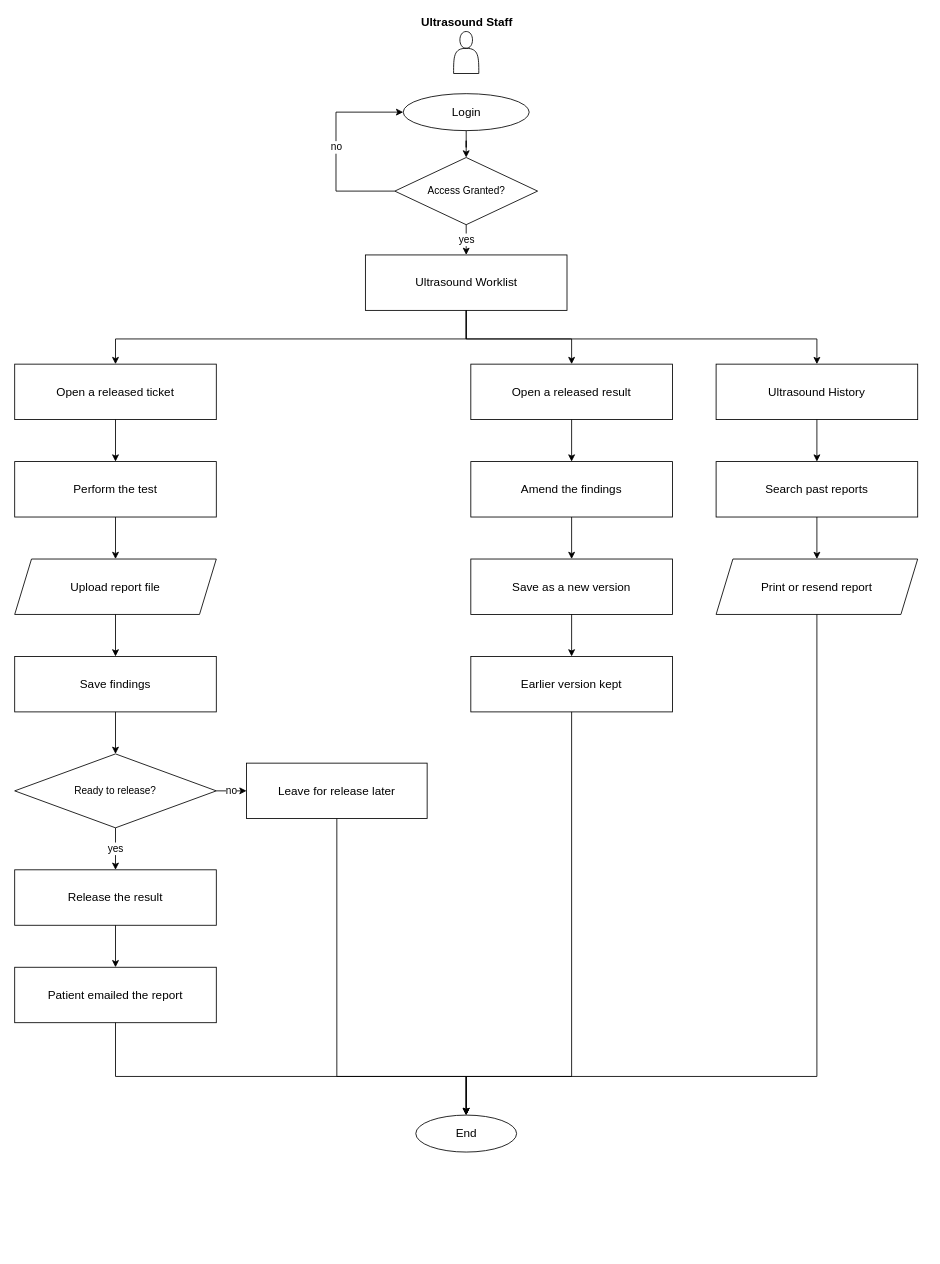
The draw.io diagram page "Ultrasound" (6 of 8) of docs/diagrams/flowcharts.drawio in Diazzzz-cpu/Enlogada-Clinic-Management-System, before the edit. Source tidied: cells renumbered, new cells numbered last; positions are measured from the earlier drawing's top-left corner, leaving out a move shared by most shapes. Both pictures are drawn from the tidied source at 84%, with x=0, y=0 at pixel (14, 31).
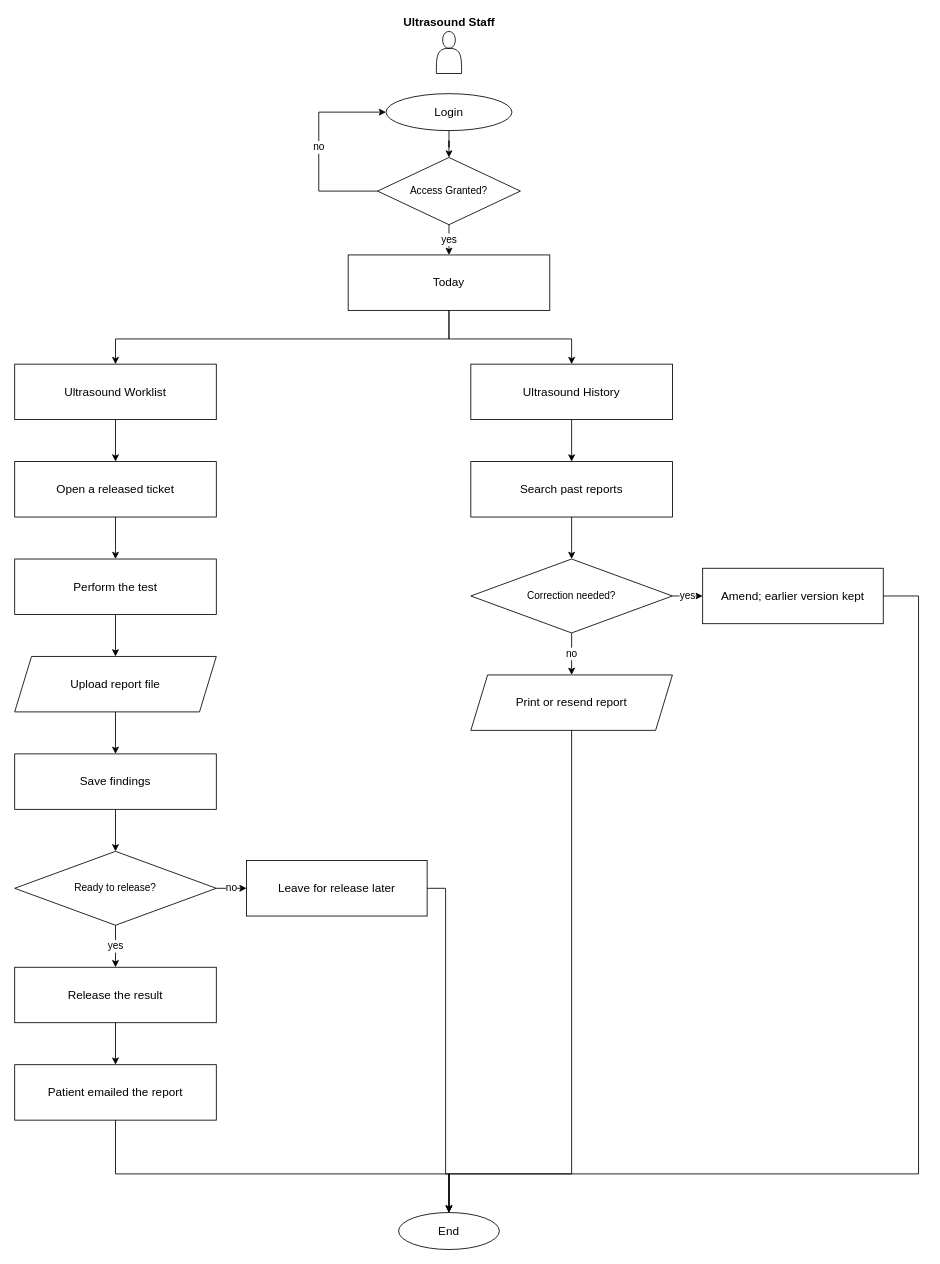
Above is the later version.

The edit, as a diff of the source:
```diff
@@
     <mxCell id="2" value="Ultrasound Staff" style="shape=actor;fillColor=none;strokeColor=#000000;html=1;verticalLabelPosition=top;verticalAlign=bottom;fontFamily=Helvetica;fontSize=14;fontColor=#000000;fontStyle=1;" parent="1" vertex="1">
-      <mxGeometry x="522.5" width="30" height="50" as="geometry" />
+      <mxGeometry x="502" width="30" height="50" as="geometry" />
     </mxCell>
     <mxCell id="3" value="Login" style="ellipse;whiteSpace=wrap;html=1;fontFamily=Helvetica;fontSize=14;fontColor=#000000;strokeColor=#000000;" parent="1" vertex="1">
-      <mxGeometry x="462.5" y="74" width="150" height="44" as="geometry" />
+      <mxGeometry x="442" y="74" width="150" height="44" as="geometry" />
     </mxCell>
     <mxCell id="4" value="Access Granted?" style="rhombus;whiteSpace=wrap;html=1;fontFamily=Helvetica;fontSize=12;fontColor=#000000;strokeColor=#000000;" parent="1" vertex="1">
-      <mxGeometry x="452.5" y="150" width="170" height="80" as="geometry" />
+      <mxGeometry x="432" y="150" width="170" height="80" as="geometry" />
     </mxCell>
-    <mxCell id="5" value="Ultrasound Worklist" style="rounded=0;whiteSpace=wrap;html=1;fontFamily=Helvetica;fontSize=14;fontColor=#000000;strokeColor=#000000;" parent="1" vertex="1">
-      <mxGeometry x="417.5" y="266" width="240" height="66" as="geometry" />
+    <mxCell id="5" value="Today" style="rounded=0;whiteSpace=wrap;html=1;fontFamily=Helvetica;fontSize=14;fontColor=#000000;strokeColor=#000000;" parent="1" vertex="1">
+      <mxGeometry x="397" y="266" width="240" height="66" as="geometry" />
     </mxCell>
@@
     <mxCell id="8" value="no" style="edgeStyle=orthogonalEdgeStyle;rounded=0;html=1;jettySize=auto;fontFamily=Helvetica;fontSize=12;fontColor=#000000;strokeColor=#000000;exitX=0;exitY=0.5;exitDx=0;exitDy=0;entryX=0;entryY=0.5;entryDx=0;entryDy=0;" parent="1" edge="1" source="4" target="3">
       <mxGeometry relative="1" as="geometry">
         <Array as="points">
-          <mxPoint x="382.5" y="190" />
-          <mxPoint x="382.5" y="96" />
+          <mxPoint x="362" y="190" />
+          <mxPoint x="362" y="96" />
         </Array>
       </mxGeometry>
     </mxCell>
-    <mxCell id="9" value="Open a released ticket" style="rounded=0;whiteSpace=wrap;html=1;fontFamily=Helvetica;fontSize=14;fontColor=#000000;strokeColor=#000000;" parent="1" vertex="1">
+    <mxCell id="9" value="Ultrasound Worklist" style="rounded=0;whiteSpace=wrap;html=1;fontFamily=Helvetica;fontSize=14;fontColor=#000000;strokeColor=#000000;" parent="1" vertex="1">
       <mxGeometry y="396" width="240" height="66" as="geometry" />
     </mxCell>
-    <mxCell id="10" value="Perform the test" style="rounded=0;whiteSpace=wrap;html=1;fontFamily=Helvetica;fontSize=14;fontColor=#000000;strokeColor=#000000;" parent="1" vertex="1">
+    <mxCell id="10" value="Open a released ticket" style="rounded=0;whiteSpace=wrap;html=1;fontFamily=Helvetica;fontSize=14;fontColor=#000000;strokeColor=#000000;" parent="1" vertex="1">
       <mxGeometry y="512" width="240" height="66" as="geometry" />
     </mxCell>
-    <mxCell id="11" value="Upload report file" style="shape=parallelogram;perimeter=parallelogramPerimeter;whiteSpace=wrap;html=1;fixedSize=1;fontFamily=Helvetica;fontSize=14;fontColor=#000000;strokeColor=#000000;" parent="1" vertex="1">
+    <mxCell id="11" value="Perform the test" style="rounded=0;whiteSpace=wrap;html=1;fontFamily=Helvetica;fontSize=14;fontColor=#000000;strokeColor=#000000;" parent="1" vertex="1">
       <mxGeometry y="628" width="240" height="66" as="geometry" />
     </mxCell>
-    <mxCell id="12" value="Save findings" style="rounded=0;whiteSpace=wrap;html=1;fontFamily=Helvetica;fontSize=14;fontColor=#000000;strokeColor=#000000;" parent="1" vertex="1">
+    <mxCell id="12" value="Upload report file" style="shape=parallelogram;perimeter=parallelogramPerimeter;whiteSpace=wrap;html=1;fixedSize=1;fontFamily=Helvetica;fontSize=14;fontColor=#000000;strokeColor=#000000;" parent="1" vertex="1">
       <mxGeometry y="744" width="240" height="66" as="geometry" />
     </mxCell>
-    <mxCell id="13" value="Ready to release?" style="rhombus;whiteSpace=wrap;html=1;fontFamily=Helvetica;fontSize=12;fontColor=#000000;strokeColor=#000000;" parent="1" vertex="1">
-      <mxGeometry y="860" width="240" height="88" as="geometry" />
+    <mxCell id="13" value="Save findings" style="rounded=0;whiteSpace=wrap;html=1;fontFamily=Helvetica;fontSize=14;fontColor=#000000;strokeColor=#000000;" parent="1" vertex="1">
+      <mxGeometry y="860" width="240" height="66" as="geometry" />
     </mxCell>
-    <mxCell id="14" value="Release the result" style="rounded=0;whiteSpace=wrap;html=1;fontFamily=Helvetica;fontSize=14;fontColor=#000000;strokeColor=#000000;" parent="1" vertex="1">
-      <mxGeometry y="998" width="240" height="66" as="geometry" />
+    <mxCell id="14" value="Ready to release?" style="rhombus;whiteSpace=wrap;html=1;fontFamily=Helvetica;fontSize=12;fontColor=#000000;strokeColor=#000000;" parent="1" vertex="1">
+      <mxGeometry y="976" width="240" height="88" as="geometry" />
     </mxCell>
-    <mxCell id="15" value="Patient emailed the report" style="rounded=0;whiteSpace=wrap;html=1;fontFamily=Helvetica;fontSize=14;fontColor=#000000;strokeColor=#000000;" parent="1" vertex="1">
+    <mxCell id="15" value="Release the result" style="rounded=0;whiteSpace=wrap;html=1;fontFamily=Helvetica;fontSize=14;fontColor=#000000;strokeColor=#000000;" parent="1" vertex="1">
       <mxGeometry y="1114" width="240" height="66" as="geometry" />
     </mxCell>
-    <mxCell id="16" style="edgeStyle=orthogonalEdgeStyle;rounded=0;html=1;jettySize=auto;fontFamily=Helvetica;fontSize=12;fontColor=#000000;strokeColor=#000000;exitX=0.5;exitY=1;exitDx=0;exitDy=0;entryX=0.5;entryY=0;entryDx=0;entryDy=0;" parent="1" edge="1" source="5" target="9">
-      <mxGeometry relative="1" as="geometry">
-        <Array as="points">
-          <mxPoint x="537.5" y="366" />
-          <mxPoint x="120" y="366" />
-        </Array>
-      </mxGeometry>
-    </mxCell>
+    <mxCell id="44" value="Patient emailed the report" style="rounded=0;whiteSpace=wrap;html=1;fontFamily=Helvetica;fontSize=14;fontColor=#000000;strokeColor=#000000;" parent="1" vertex="1">
+      <mxGeometry y="1230" width="240" height="66" as="geometry" />
+    </mxCell>
-    <mxCell id="17" style="edgeStyle=orthogonalEdgeStyle;rounded=0;html=1;jettySize=auto;fontFamily=Helvetica;fontSize=12;fontColor=#000000;strokeColor=#000000;" parent="1" edge="1" source="9" target="10">
-      <mxGeometry relative="1" as="geometry" />
+    <mxCell id="17" style="edgeStyle=orthogonalEdgeStyle;rounded=0;html=1;jettySize=auto;fontFamily=Helvetica;fontSize=12;fontColor=#000000;strokeColor=#000000;exitX=0.5;exitY=1;exitDx=0;exitDy=0;entryX=0.5;entryY=0;entryDx=0;entryDy=0;" parent="1" edge="1" source="5" target="9">
+      <mxGeometry relative="1" as="geometry">
+        <Array as="points">
+          <mxPoint x="517" y="366" />
+          <mxPoint x="120" y="366" />
+        </Array>
+      </mxGeometry>
     </mxCell>
-    <mxCell id="18" style="edgeStyle=orthogonalEdgeStyle;rounded=0;html=1;jettySize=auto;fontFamily=Helvetica;fontSize=12;fontColor=#000000;strokeColor=#000000;" parent="1" edge="1" source="10" target="11">
+    <mxCell id="18" style="edgeStyle=orthogonalEdgeStyle;rounded=0;html=1;jettySize=auto;fontFamily=Helvetica;fontSize=12;fontColor=#000000;strokeColor=#000000;" parent="1" edge="1" source="9" target="10">
       <mxGeometry relative="1" as="geometry" />
     </mxCell>
-    <mxCell id="19" style="edgeStyle=orthogonalEdgeStyle;rounded=0;html=1;jettySize=auto;fontFamily=Helvetica;fontSize=12;fontColor=#000000;strokeColor=#000000;" parent="1" edge="1" source="11" target="12">
+    <mxCell id="19" style="edgeStyle=orthogonalEdgeStyle;rounded=0;html=1;jettySize=auto;fontFamily=Helvetica;fontSize=12;fontColor=#000000;strokeColor=#000000;" parent="1" edge="1" source="10" target="11">
       <mxGeometry relative="1" as="geometry" />
     </mxCell>
-    <mxCell id="20" style="edgeStyle=orthogonalEdgeStyle;rounded=0;html=1;jettySize=auto;fontFamily=Helvetica;fontSize=12;fontColor=#000000;strokeColor=#000000;" parent="1" edge="1" source="12" target="13">
+    <mxCell id="20" style="edgeStyle=orthogonalEdgeStyle;rounded=0;html=1;jettySize=auto;fontFamily=Helvetica;fontSize=12;fontColor=#000000;strokeColor=#000000;" parent="1" edge="1" source="11" target="12">
       <mxGeometry relative="1" as="geometry" />
     </mxCell>
+    <mxCell id="45" style="edgeStyle=orthogonalEdgeStyle;rounded=0;html=1;jettySize=auto;fontFamily=Helvetica;fontSize=12;fontColor=#000000;strokeColor=#000000;" parent="1" edge="1" source="12" target="13">
+      <mxGeometry relative="1" as="geometry" />
+    </mxCell>
+    <mxCell id="22" style="edgeStyle=orthogonalEdgeStyle;rounded=0;html=1;jettySize=auto;fontFamily=Helvetica;fontSize=12;fontColor=#000000;strokeColor=#000000;" parent="1" edge="1" source="13" target="14">
+      <mxGeometry relative="1" as="geometry" />
+    </mxCell>
     <mxCell id="21" value="Leave for release later" style="rounded=0;whiteSpace=wrap;html=1;fontFamily=Helvetica;fontSize=14;fontColor=#000000;strokeColor=#000000;" parent="1" vertex="1">
-      <mxGeometry x="276" y="871" width="215" height="66" as="geometry" />
+      <mxGeometry x="276" y="987" width="215" height="66" as="geometry" />
     </mxCell>
-    <mxCell id="22" value="no" style="edgeStyle=orthogonalEdgeStyle;rounded=0;html=1;jettySize=auto;fontFamily=Helvetica;fontSize=12;fontColor=#000000;strokeColor=#000000;" parent="1" edge="1" source="13" target="21">
-      <mxGeometry relative="1" as="geometry" />
-    </mxCell>
-    <mxCell id="23" value="yes" style="edgeStyle=orthogonalEdgeStyle;rounded=0;html=1;jettySize=auto;fontFamily=Helvetica;fontSize=12;fontColor=#000000;strokeColor=#000000;" parent="1" edge="1" source="13" target="14">
-      <mxGeometry relative="1" as="geometry" />
-    </mxCell>
-    <mxCell id="24" style="edgeStyle=orthogonalEdgeStyle;rounded=0;html=1;jettySize=auto;fontFamily=Helvetica;fontSize=12;fontColor=#000000;strokeColor=#000000;" parent="1" edge="1" source="14" target="15">
+    <mxCell id="24" value="no" style="edgeStyle=orthogonalEdgeStyle;rounded=0;html=1;jettySize=auto;fontFamily=Helvetica;fontSize=12;fontColor=#000000;strokeColor=#000000;" parent="1" edge="1" source="14" target="21">
       <mxGeometry relative="1" as="geometry" />
     </mxCell>
-    <mxCell id="25" value="Open a released result" style="rounded=0;whiteSpace=wrap;html=1;fontFamily=Helvetica;fontSize=14;fontColor=#000000;strokeColor=#000000;" parent="1" vertex="1">
-      <mxGeometry x="543" y="396" width="240" height="66" as="geometry" />
-    </mxCell>
-    <mxCell id="26" value="Amend the findings" style="rounded=0;whiteSpace=wrap;html=1;fontFamily=Helvetica;fontSize=14;fontColor=#000000;strokeColor=#000000;" parent="1" vertex="1">
-      <mxGeometry x="543" y="512" width="240" height="66" as="geometry" />
-    </mxCell>
+    <mxCell id="46" value="yes" style="edgeStyle=orthogonalEdgeStyle;rounded=0;html=1;jettySize=auto;fontFamily=Helvetica;fontSize=12;fontColor=#000000;strokeColor=#000000;" parent="1" edge="1" source="14" target="15">
+      <mxGeometry relative="1" as="geometry" />
+    </mxCell>
+    <mxCell id="47" style="edgeStyle=orthogonalEdgeStyle;rounded=0;html=1;jettySize=auto;fontFamily=Helvetica;fontSize=12;fontColor=#000000;strokeColor=#000000;" parent="1" edge="1" source="15" target="44">
+      <mxGeometry relative="1" as="geometry" />
+    </mxCell>
-    <mxCell id="27" value="Save as a new version" style="rounded=0;whiteSpace=wrap;html=1;fontFamily=Helvetica;fontSize=14;fontColor=#000000;strokeColor=#000000;" parent="1" vertex="1">
-      <mxGeometry x="543" y="628" width="240" height="66" as="geometry" />
+    <mxCell id="27" value="Ultrasound History" style="rounded=0;whiteSpace=wrap;html=1;fontFamily=Helvetica;fontSize=14;fontColor=#000000;strokeColor=#000000;" parent="1" vertex="1">
+      <mxGeometry x="543" y="396" width="240" height="66" as="geometry" />
     </mxCell>
-    <mxCell id="28" value="Earlier version kept" style="rounded=0;whiteSpace=wrap;html=1;fontFamily=Helvetica;fontSize=14;fontColor=#000000;strokeColor=#000000;" parent="1" vertex="1">
-      <mxGeometry x="543" y="744" width="240" height="66" as="geometry" />
+    <mxCell id="28" value="Search past reports" style="rounded=0;whiteSpace=wrap;html=1;fontFamily=Helvetica;fontSize=14;fontColor=#000000;strokeColor=#000000;" parent="1" vertex="1">
+      <mxGeometry x="543" y="512" width="240" height="66" as="geometry" />
     </mxCell>
-    <mxCell id="29" style="edgeStyle=orthogonalEdgeStyle;rounded=0;html=1;jettySize=auto;fontFamily=Helvetica;fontSize=12;fontColor=#000000;strokeColor=#000000;exitX=0.5;exitY=1;exitDx=0;exitDy=0;entryX=0.5;entryY=0;entryDx=0;entryDy=0;" parent="1" edge="1" source="5" target="25">
-      <mxGeometry relative="1" as="geometry">
-        <Array as="points">
-          <mxPoint x="537.5" y="366" />
-          <mxPoint x="663" y="366" />
-        </Array>
-      </mxGeometry>
-    </mxCell>
-    <mxCell id="30" style="edgeStyle=orthogonalEdgeStyle;rounded=0;html=1;jettySize=auto;fontFamily=Helvetica;fontSize=12;fontColor=#000000;strokeColor=#000000;" parent="1" edge="1" source="25" target="26">
-      <mxGeometry relative="1" as="geometry" />
-    </mxCell>
+    <mxCell id="48" value="Correction needed?" style="rhombus;whiteSpace=wrap;html=1;fontFamily=Helvetica;fontSize=12;fontColor=#000000;strokeColor=#000000;" parent="1" vertex="1">
+      <mxGeometry x="543" y="628" width="240" height="88" as="geometry" />
+    </mxCell>
+    <mxCell id="35" value="Print or resend report" style="shape=parallelogram;perimeter=parallelogramPerimeter;whiteSpace=wrap;html=1;fixedSize=1;fontFamily=Helvetica;fontSize=14;fontColor=#000000;strokeColor=#000000;" parent="1" vertex="1">
+      <mxGeometry x="543" y="766" width="240" height="66" as="geometry" />
+    </mxCell>
-    <mxCell id="31" style="edgeStyle=orthogonalEdgeStyle;rounded=0;html=1;jettySize=auto;fontFamily=Helvetica;fontSize=12;fontColor=#000000;strokeColor=#000000;" parent="1" edge="1" source="26" target="27">
-      <mxGeometry relative="1" as="geometry" />
+    <mxCell id="31" style="edgeStyle=orthogonalEdgeStyle;rounded=0;html=1;jettySize=auto;fontFamily=Helvetica;fontSize=12;fontColor=#000000;strokeColor=#000000;exitX=0.5;exitY=1;exitDx=0;exitDy=0;entryX=0.5;entryY=0;entryDx=0;entryDy=0;" parent="1" edge="1" source="5" target="27">
+      <mxGeometry relative="1" as="geometry">
+        <Array as="points">
+          <mxPoint x="517" y="366" />
+          <mxPoint x="663" y="366" />
+        </Array>
+      </mxGeometry>
     </mxCell>
@@
-    <mxCell id="33" value="Ultrasound History" style="rounded=0;whiteSpace=wrap;html=1;fontFamily=Helvetica;fontSize=14;fontColor=#000000;strokeColor=#000000;" parent="1" vertex="1">
-      <mxGeometry x="835" y="396" width="240" height="66" as="geometry" />
-    </mxCell>
+    <mxCell id="49" style="edgeStyle=orthogonalEdgeStyle;rounded=0;html=1;jettySize=auto;fontFamily=Helvetica;fontSize=12;fontColor=#000000;strokeColor=#000000;" parent="1" edge="1" source="28" target="48">
+      <mxGeometry relative="1" as="geometry" />
+    </mxCell>
-    <mxCell id="34" value="Search past reports" style="rounded=0;whiteSpace=wrap;html=1;fontFamily=Helvetica;fontSize=14;fontColor=#000000;strokeColor=#000000;" parent="1" vertex="1">
-      <mxGeometry x="835" y="512" width="240" height="66" as="geometry" />
+    <mxCell id="34" value="Amend; earlier version kept" style="rounded=0;whiteSpace=wrap;html=1;fontFamily=Helvetica;fontSize=14;fontColor=#000000;strokeColor=#000000;" parent="1" vertex="1">
+      <mxGeometry x="819" y="639" width="215" height="66" as="geometry" />
     </mxCell>
-    <mxCell id="35" value="Print or resend report" style="shape=parallelogram;perimeter=parallelogramPerimeter;whiteSpace=wrap;html=1;fixedSize=1;fontFamily=Helvetica;fontSize=14;fontColor=#000000;strokeColor=#000000;" parent="1" vertex="1">
-      <mxGeometry x="835" y="628" width="240" height="66" as="geometry" />
-    </mxCell>
+    <mxCell id="50" value="yes" style="edgeStyle=orthogonalEdgeStyle;rounded=0;html=1;jettySize=auto;fontFamily=Helvetica;fontSize=12;fontColor=#000000;strokeColor=#000000;" parent="1" edge="1" source="48" target="34">
+      <mxGeometry relative="1" as="geometry" />
+    </mxCell>
-    <mxCell id="36" style="edgeStyle=orthogonalEdgeStyle;rounded=0;html=1;jettySize=auto;fontFamily=Helvetica;fontSize=12;fontColor=#000000;strokeColor=#000000;exitX=0.5;exitY=1;exitDx=0;exitDy=0;entryX=0.5;entryY=0;entryDx=0;entryDy=0;" parent="1" edge="1" source="5" target="33">
-      <mxGeometry relative="1" as="geometry">
-        <Array as="points">
-          <mxPoint x="537.5" y="366" />
-          <mxPoint x="955" y="366" />
-        </Array>
-      </mxGeometry>
+    <mxCell id="36" value="no" style="edgeStyle=orthogonalEdgeStyle;rounded=0;html=1;jettySize=auto;fontFamily=Helvetica;fontSize=12;fontColor=#000000;strokeColor=#000000;" parent="1" edge="1" source="48" target="35">
+      <mxGeometry relative="1" as="geometry" />
     </mxCell>
-    <mxCell id="37" style="edgeStyle=orthogonalEdgeStyle;rounded=0;html=1;jettySize=auto;fontFamily=Helvetica;fontSize=12;fontColor=#000000;strokeColor=#000000;" parent="1" edge="1" source="33" target="34">
-      <mxGeometry relative="1" as="geometry" />
-    </mxCell>
+    <mxCell id="39" value="End" style="ellipse;whiteSpace=wrap;html=1;fontFamily=Helvetica;fontSize=14;fontColor=#000000;strokeColor=#000000;" parent="1" vertex="1">
+      <mxGeometry x="457" y="1406" width="120" height="44" as="geometry" />
+    </mxCell>
-    <mxCell id="38" style="edgeStyle=orthogonalEdgeStyle;rounded=0;html=1;jettySize=auto;fontFamily=Helvetica;fontSize=12;fontColor=#000000;strokeColor=#000000;" parent="1" edge="1" source="34" target="35">
-      <mxGeometry relative="1" as="geometry" />
+    <mxCell id="38" style="edgeStyle=orthogonalEdgeStyle;rounded=0;html=1;jettySize=auto;fontFamily=Helvetica;fontSize=12;fontColor=#000000;strokeColor=#000000;exitX=0.5;exitY=1;exitDx=0;exitDy=0;" parent="1" edge="1" source="44" target="39">
+      <mxGeometry relative="1" as="geometry">
+        <Array as="points">
+          <mxPoint x="120" y="1360" />
+        </Array>
+      </mxGeometry>
     </mxCell>
-    <mxCell id="39" value="End" style="ellipse;whiteSpace=wrap;html=1;fontFamily=Helvetica;fontSize=14;fontColor=#000000;strokeColor=#000000;" parent="1" vertex="1">
-      <mxGeometry x="477.5" y="1290" width="120" height="44" as="geometry" />
-    </mxCell>
+    <mxCell id="42" style="edgeStyle=orthogonalEdgeStyle;rounded=0;html=1;jettySize=auto;fontFamily=Helvetica;fontSize=12;fontColor=#000000;strokeColor=#000000;exitX=0.5;exitY=1;exitDx=0;exitDy=0;" parent="1" edge="1" source="35" target="39">
+      <mxGeometry relative="1" as="geometry">
+        <Array as="points">
+          <mxPoint x="663" y="1360" />
+        </Array>
+      </mxGeometry>
+    </mxCell>
-    <mxCell id="40" style="edgeStyle=orthogonalEdgeStyle;rounded=0;html=1;jettySize=auto;fontFamily=Helvetica;fontSize=12;fontColor=#000000;strokeColor=#000000;exitX=0.5;exitY=1;exitDx=0;exitDy=0;" parent="1" edge="1" source="15" target="39">
+    <mxCell id="40" style="edgeStyle=orthogonalEdgeStyle;rounded=0;html=1;jettySize=auto;fontFamily=Helvetica;fontSize=12;fontColor=#000000;strokeColor=#000000;exitX=1;exitY=0.5;exitDx=0;exitDy=0;" parent="1" edge="1" source="21" target="39">
       <mxGeometry relative="1" as="geometry">
         <Array as="points">
-          <mxPoint x="120" y="1244" />
+          <mxPoint x="513" y="1020" />
+          <mxPoint x="513" y="1360" />
         </Array>
       </mxGeometry>
     </mxCell>
-    <mxCell id="41" style="edgeStyle=orthogonalEdgeStyle;rounded=0;html=1;jettySize=auto;fontFamily=Helvetica;fontSize=12;fontColor=#000000;strokeColor=#000000;exitX=0.5;exitY=1;exitDx=0;exitDy=0;" parent="1" edge="1" source="28" target="39">
+    <mxCell id="41" style="edgeStyle=orthogonalEdgeStyle;rounded=0;html=1;jettySize=auto;fontFamily=Helvetica;fontSize=12;fontColor=#000000;strokeColor=#000000;exitX=1;exitY=0.5;exitDx=0;exitDy=0;" parent="1" edge="1" source="34" target="39">
       <mxGeometry relative="1" as="geometry">
         <Array as="points">
-          <mxPoint x="663" y="1244" />
+          <mxPoint x="1076" y="672" />
+          <mxPoint x="1076" y="1360" />
         </Array>
       </mxGeometry>
     </mxCell>
-    <mxCell id="42" style="edgeStyle=orthogonalEdgeStyle;rounded=0;html=1;jettySize=auto;fontFamily=Helvetica;fontSize=12;fontColor=#000000;strokeColor=#000000;exitX=0.5;exitY=1;exitDx=0;exitDy=0;" parent="1" edge="1" source="35" target="39">
-      <mxGeometry relative="1" as="geometry">
-        <Array as="points">
-          <mxPoint x="955" y="1244" />
-        </Array>
-      </mxGeometry>
-    </mxCell>
-    <mxCell id="43" style="edgeStyle=orthogonalEdgeStyle;rounded=0;html=1;jettySize=auto;fontFamily=Helvetica;fontSize=12;fontColor=#000000;strokeColor=#000000;exitX=0.5;exitY=1;exitDx=0;exitDy=0;" parent="1" edge="1" source="21" target="39">
-      <mxGeometry relative="1" as="geometry">
-        <Array as="points">
-          <mxPoint x="383.5" y="1244" />
-        </Array>
-      </mxGeometry>
-    </mxCell>
```
